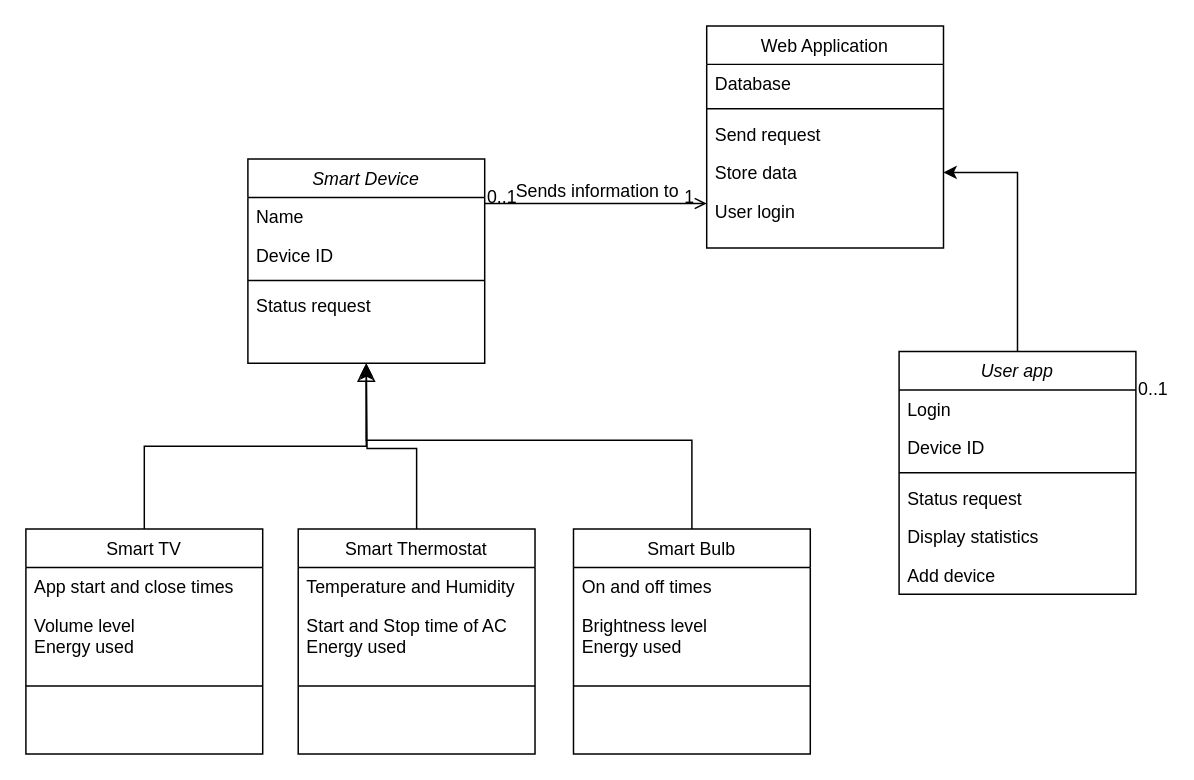
This is Untitled Diagram.drawio from Collinpalm/Collinpalm, a draw.io file, before an edit. Source tidied: cells renumbered, new cells numbered last; positions are measured from the earlier drawing's top-left corner, leaving out a move shared by most shapes. Both pictures are drawn from the tidied source at 148%, with x=0, y=0 at pixel (25, 25).
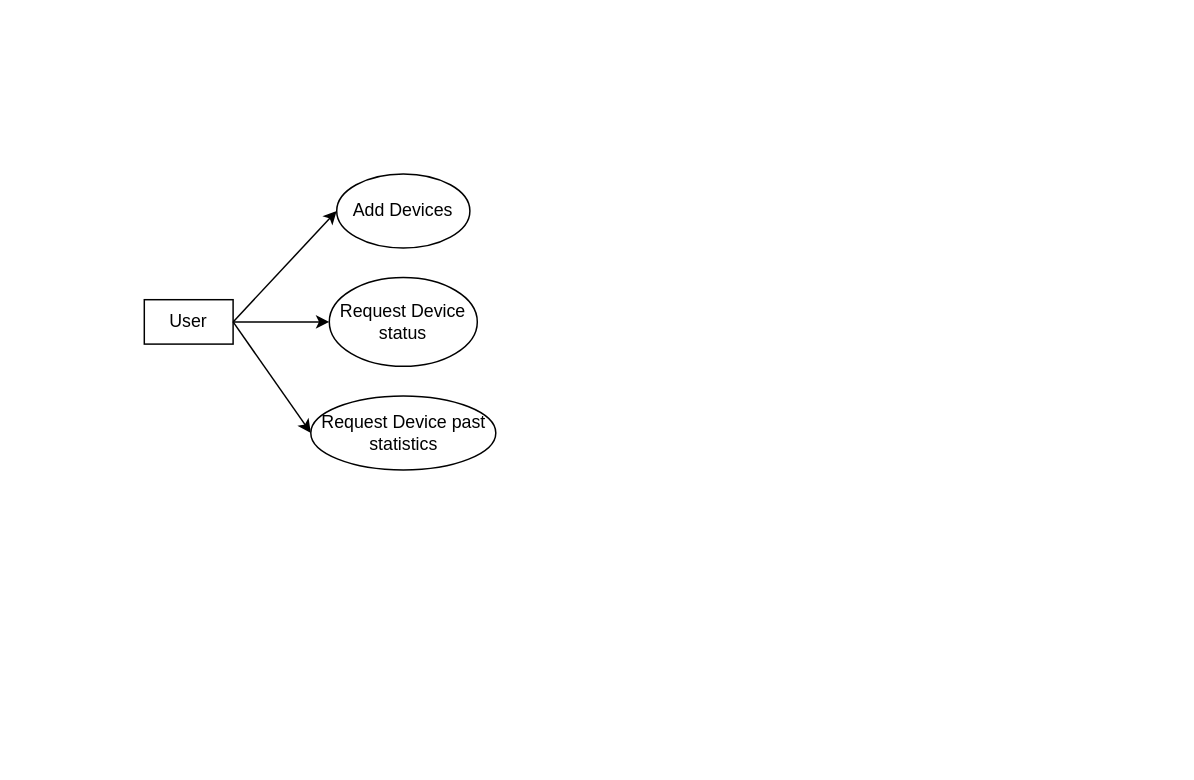
The same diagram, later.

Diff of the diagram source:
```diff
@@
-    <mxCell id="2" value="Smart Device" style="swimlane;fontStyle=2;align=center;verticalAlign=top;horizontal=1;startSize=26;rounded=0;shadow=0;strokeWidth=1;" parent="1" vertex="1">
-      <mxGeometry x="150" y="90" width="160" height="138" as="geometry" />
-    </mxCell>
-    <mxCell id="3" value="Name" style="text;align=left;verticalAlign=top;spacingLeft=4;spacingRight=4;overflow=hidden;" parent="2" vertex="1">
-      <mxGeometry y="26" width="160" height="26" as="geometry" />
-    </mxCell>
-    <mxCell id="4" value="Device ID" style="text;align=left;verticalAlign=top;spacingLeft=4;spacingRight=4;overflow=hidden;rounded=0;shadow=0;html=0;" parent="2" vertex="1">
-      <mxGeometry y="52" width="160" height="26" as="geometry" />
-    </mxCell>
-    <mxCell id="5" style="line;html=1;strokeWidth=1;align=left;verticalAlign=middle;spacingTop=-1;spacingLeft=3;spacingRight=3;labelPosition=right;" parent="2" vertex="1">
-      <mxGeometry y="78" width="160" height="8" as="geometry" />
-    </mxCell>
-    <mxCell id="6" value="Status request" style="text;align=left;verticalAlign=top;spacingLeft=4;spacingRight=4;overflow=hidden;" parent="2" vertex="1">
-      <mxGeometry y="86" width="160" height="26" as="geometry" />
-    </mxCell>
-    <mxCell id="7" value="Smart TV" style="swimlane;fontStyle=0;align=center;verticalAlign=top;horizontal=1;startSize=26;rounded=0;shadow=0;strokeWidth=1;" parent="1" vertex="1">
-      <mxGeometry y="340" width="160" height="152" as="geometry" />
-    </mxCell>
-    <mxCell id="8" value="App start and close times" style="text;align=left;verticalAlign=top;spacingLeft=4;spacingRight=4;overflow=hidden;" parent="7" vertex="1">
-      <mxGeometry y="26" width="160" height="26" as="geometry" />
-    </mxCell>
-    <mxCell id="9" value="Volume level&#10;Energy used&#10;" style="text;align=left;verticalAlign=top;spacingLeft=4;spacingRight=4;overflow=hidden;rounded=0;shadow=0;html=0;" parent="7" vertex="1">
-      <mxGeometry y="52" width="160" height="38" as="geometry" />
-    </mxCell>
-    <mxCell id="10" style="line;html=1;strokeWidth=1;align=left;verticalAlign=middle;spacingTop=-1;spacingLeft=3;spacingRight=3;labelPosition=right;" parent="7" vertex="1">
-      <mxGeometry y="90" width="160" height="32" as="geometry" />
-    </mxCell>
-    <mxCell id="11" style="endArrow=block;endSize=10;endFill=0;shadow=0;strokeWidth=1;rounded=0;edgeStyle=elbowEdgeStyle;elbow=vertical;" parent="1" edge="1" source="7" target="2">
-      <mxGeometry relative="1" as="geometry" />
-    </mxCell>
-    <mxCell id="12" value="Web Application" style="swimlane;fontStyle=0;align=center;verticalAlign=top;horizontal=1;startSize=26;rounded=0;shadow=0;strokeWidth=1;" parent="1" vertex="1">
-      <mxGeometry x="460" width="160" height="150" as="geometry" />
-    </mxCell>
-    <mxCell id="13" value="Database" style="text;align=left;verticalAlign=top;spacingLeft=4;spacingRight=4;overflow=hidden;" parent="12" vertex="1">
-      <mxGeometry y="26" width="160" height="26" as="geometry" />
-    </mxCell>
-    <mxCell id="14" style="line;html=1;strokeWidth=1;align=left;verticalAlign=middle;spacingTop=-1;spacingLeft=3;spacingRight=3;labelPosition=right;" parent="12" vertex="1">
-      <mxGeometry y="52" width="160" height="8" as="geometry" />
-    </mxCell>
-    <mxCell id="15" value="Send request" style="text;align=left;verticalAlign=top;spacingLeft=4;spacingRight=4;overflow=hidden;" parent="12" vertex="1">
-      <mxGeometry y="60" width="160" height="26" as="geometry" />
-    </mxCell>
-    <mxCell id="16" value="Store data" style="text;align=left;verticalAlign=top;spacingLeft=4;spacingRight=4;overflow=hidden;points=[[0,0.5],[1,0.5]];portConstraint=eastwest;" parent="12" vertex="1">
-      <mxGeometry y="86" width="160" height="26" as="geometry" />
-    </mxCell>
-    <mxCell id="17" value="User login" style="text;align=left;verticalAlign=top;spacingLeft=4;spacingRight=4;overflow=hidden;" parent="12" vertex="1">
-      <mxGeometry y="112" width="160" height="26" as="geometry" />
-    </mxCell>
-    <mxCell id="18" style="endArrow=open;shadow=0;strokeWidth=1;rounded=0;endFill=1;edgeStyle=elbowEdgeStyle;elbow=vertical;" parent="1" edge="1" source="2" target="12">
-      <mxGeometry x="0.5" y="41" relative="1" as="geometry">
-        <mxPoint x="-40" y="32" as="offset" />
-      </mxGeometry>
-    </mxCell>
-    <mxCell id="19" value="0..1" style="align=left;verticalAlign=bottom;labelBackgroundColor=none;fontSize=12;" parent="18" vertex="1">
-      <mxGeometry x="-1" relative="1" as="geometry">
-        <mxPoint y="4" as="offset" />
-      </mxGeometry>
-    </mxCell>
-    <mxCell id="20" value="1" style="align=right;verticalAlign=bottom;labelBackgroundColor=none;fontSize=12;" parent="18" vertex="1">
-      <mxGeometry x="1" relative="1" as="geometry">
-        <mxPoint x="-7" y="4" as="offset" />
-      </mxGeometry>
-    </mxCell>
-    <mxCell id="21" value="Sends information to" style="text;html=1;align=center;verticalAlign=middle;labelBackgroundColor=none;rounded=0;shadow=0;strokeWidth=1;fontSize=12;" parent="18" vertex="1">
-      <mxGeometry x="0.5" y="49" relative="1" as="geometry">
-        <mxPoint x="-38" y="40" as="offset" />
-      </mxGeometry>
-    </mxCell>
-    <mxCell id="22" style="edgeStyle=orthogonalEdgeStyle;rounded=0;jettySize=auto;html=1;" parent="1" edge="1" source="23">
-      <mxGeometry relative="1" as="geometry">
-        <mxPoint x="230" y="230" as="targetPoint" />
-      </mxGeometry>
-    </mxCell>
-    <mxCell id="23" value="Smart Thermostat" style="swimlane;fontStyle=0;align=center;verticalAlign=top;horizontal=1;startSize=26;rounded=0;shadow=0;strokeWidth=1;" parent="1" vertex="1">
-      <mxGeometry x="184" y="340" width="160" height="152" as="geometry" />
-    </mxCell>
-    <mxCell id="24" value="Temperature and Humidity" style="text;align=left;verticalAlign=top;spacingLeft=4;spacingRight=4;overflow=hidden;" parent="23" vertex="1">
-      <mxGeometry y="26" width="160" height="26" as="geometry" />
-    </mxCell>
-    <mxCell id="25" value="Start and Stop time of AC&#10;Energy used&#10;" style="text;align=left;verticalAlign=top;spacingLeft=4;spacingRight=4;overflow=hidden;rounded=0;shadow=0;html=0;" parent="23" vertex="1">
-      <mxGeometry y="52" width="160" height="38" as="geometry" />
-    </mxCell>
-    <mxCell id="26" style="line;html=1;strokeWidth=1;align=left;verticalAlign=middle;spacingTop=-1;spacingLeft=3;spacingRight=3;labelPosition=right;" parent="23" vertex="1">
-      <mxGeometry y="90" width="160" height="32" as="geometry" />
-    </mxCell>
-    <mxCell id="27" style="edgeStyle=orthogonalEdgeStyle;rounded=0;jettySize=auto;html=1;entryX=0.5;entryY=1;entryDx=0;entryDy=0;" parent="1" edge="1" source="28" target="2">
-      <mxGeometry relative="1" as="geometry">
-        <Array as="points">
-          <mxPoint x="450" y="280" />
-          <mxPoint x="230" y="280" />
-        </Array>
-      </mxGeometry>
-    </mxCell>
-    <mxCell id="28" value="Smart Bulb" style="swimlane;fontStyle=0;align=center;verticalAlign=top;horizontal=1;startSize=26;rounded=0;shadow=0;strokeWidth=1;" parent="1" vertex="1">
-      <mxGeometry x="370" y="340" width="160" height="152" as="geometry" />
-    </mxCell>
-    <mxCell id="29" value="On and off times" style="text;align=left;verticalAlign=top;spacingLeft=4;spacingRight=4;overflow=hidden;" parent="28" vertex="1">
-      <mxGeometry y="26" width="160" height="26" as="geometry" />
-    </mxCell>
-    <mxCell id="30" value="Brightness level&#10;Energy used&#10;" style="text;align=left;verticalAlign=top;spacingLeft=4;spacingRight=4;overflow=hidden;rounded=0;shadow=0;html=0;" parent="28" vertex="1">
-      <mxGeometry y="52" width="160" height="38" as="geometry" />
-    </mxCell>
-    <mxCell id="31" style="line;html=1;strokeWidth=1;align=left;verticalAlign=middle;spacingTop=-1;spacingLeft=3;spacingRight=3;labelPosition=right;" parent="28" vertex="1">
-      <mxGeometry y="90" width="160" height="32" as="geometry" />
-    </mxCell>
-    <mxCell id="32" style="edgeStyle=orthogonalEdgeStyle;rounded=0;jettySize=auto;html=1;entryX=1;entryY=0.5;entryDx=0;entryDy=0;" parent="1" edge="1" source="33" target="16">
-      <mxGeometry relative="1" as="geometry" />
-    </mxCell>
-    <mxCell id="33" value="User app" style="swimlane;fontStyle=2;align=center;verticalAlign=top;horizontal=1;startSize=26;rounded=0;shadow=0;strokeWidth=1;" parent="1" vertex="1">
-      <mxGeometry x="590" y="220" width="160" height="164" as="geometry" />
-    </mxCell>
-    <mxCell id="34" value="Login" style="text;align=left;verticalAlign=top;spacingLeft=4;spacingRight=4;overflow=hidden;" parent="33" vertex="1">
-      <mxGeometry y="26" width="160" height="26" as="geometry" />
-    </mxCell>
-    <mxCell id="35" value="Device ID" style="text;align=left;verticalAlign=top;spacingLeft=4;spacingRight=4;overflow=hidden;rounded=0;shadow=0;html=0;" parent="33" vertex="1">
-      <mxGeometry y="52" width="160" height="26" as="geometry" />
-    </mxCell>
-    <mxCell id="36" style="line;html=1;strokeWidth=1;align=left;verticalAlign=middle;spacingTop=-1;spacingLeft=3;spacingRight=3;labelPosition=right;" parent="33" vertex="1">
-      <mxGeometry y="78" width="160" height="8" as="geometry" />
-    </mxCell>
-    <mxCell id="37" value="Status request" style="text;align=left;verticalAlign=top;spacingLeft=4;spacingRight=4;overflow=hidden;" parent="33" vertex="1">
-      <mxGeometry y="86" width="160" height="26" as="geometry" />
-    </mxCell>
-    <mxCell id="38" value="Display statistics" style="text;align=left;verticalAlign=top;spacingLeft=4;spacingRight=4;overflow=hidden;" parent="33" vertex="1">
-      <mxGeometry y="112" width="160" height="26" as="geometry" />
-    </mxCell>
-    <mxCell id="39" value="Add device" style="text;align=left;verticalAlign=top;spacingLeft=4;spacingRight=4;overflow=hidden;" parent="33" vertex="1">
-      <mxGeometry y="138" width="160" height="26" as="geometry" />
-    </mxCell>
-    <mxCell id="40" value="0..1" style="align=left;verticalAlign=bottom;labelBackgroundColor=none;fontSize=12;" parent="1" vertex="1">
-      <mxGeometry x="750" y="254" as="geometry" />
-    </mxCell>
+    <mxCell id="41" value="User" style="rounded=0;whiteSpace=wrap;html=1;" parent="1" vertex="1">
+      <mxGeometry x="80" y="185" width="60" height="30" as="geometry" />
+    </mxCell>
+    <mxCell id="42" value="Add Devices" style="ellipse;whiteSpace=wrap;html=1;" parent="1" vertex="1">
+      <mxGeometry x="210" y="100" width="90" height="50" as="geometry" />
+    </mxCell>
+    <mxCell id="43" value="&lt;div&gt;Request Device status&lt;/div&gt;" style="ellipse;whiteSpace=wrap;html=1;" parent="1" vertex="1">
+      <mxGeometry x="205" y="170" width="100" height="60" as="geometry" />
+    </mxCell>
+    <mxCell id="44" value="&lt;div&gt;Request Device past statistics&lt;br&gt;&lt;/div&gt;" style="ellipse;whiteSpace=wrap;html=1;" parent="1" vertex="1">
+      <mxGeometry x="192.5" y="250" width="125" height="50" as="geometry" />
+    </mxCell>
+    <mxCell id="45" style="endArrow=classic;html=1;rounded=0;entryX=0;entryY=0.5;entryDx=0;entryDy=0;exitX=1;exitY=0.5;exitDx=0;exitDy=0;" parent="1" edge="1" source="41" target="43">
+      <mxGeometry relative="1" as="geometry" />
+    </mxCell>
+    <mxCell id="46" style="endArrow=classic;html=1;rounded=0;entryX=0;entryY=0.5;entryDx=0;entryDy=0;exitX=1;exitY=0.5;exitDx=0;exitDy=0;" parent="1" edge="1" source="41" target="42">
+      <mxGeometry relative="1" as="geometry" />
+    </mxCell>
+    <mxCell id="47" style="endArrow=classic;html=1;rounded=0;entryX=0;entryY=0.5;entryDx=0;entryDy=0;exitX=1;exitY=0.5;exitDx=0;exitDy=0;" parent="1" edge="1" source="41" target="44">
+      <mxGeometry relative="1" as="geometry" />
+    </mxCell>
```
